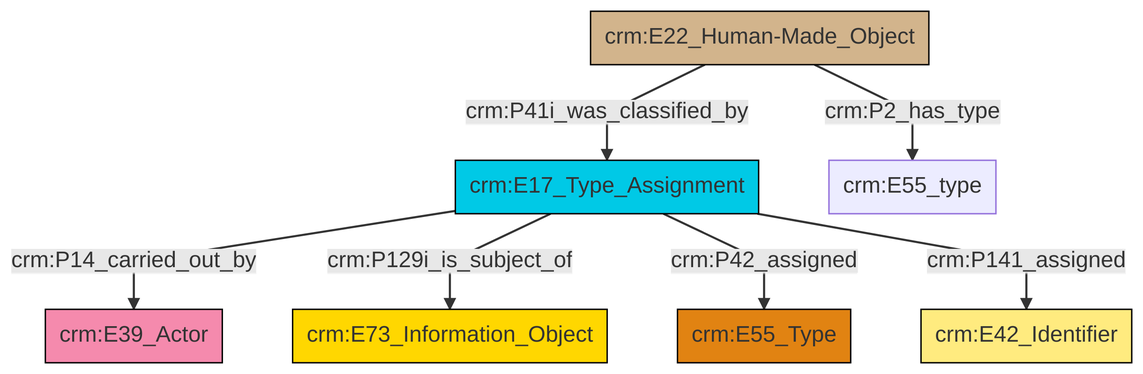
Before: et/builtWorkCSV/ttl/mmd/png/Built_Work_designation_status.png, a diagram exported from Mermaid (swiss-art-research-net/reference-data-models). Its source is kept beside it as et/builtWorkCSV/ttl/mmd/Built_Work_designation_status.ttl.mmd.
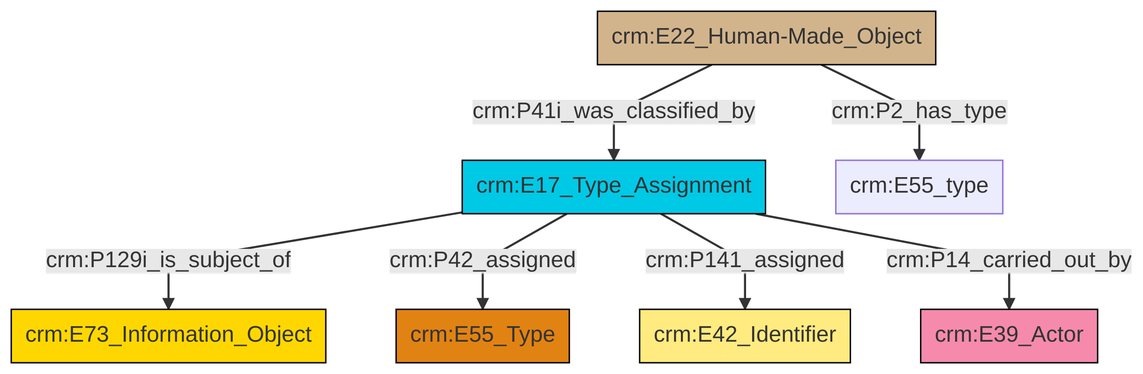
The same file after the commit.

Change to the diagram source:
```diff
@@ -13,9 +13,9 @@
 classDef PC_Classes fill:#4ce600, stroke:#000000;
 classDef Multi fill:#cccccc,stroke:#000000;
 
-2["crm:E17_Type_Assignment"]:::Temporal_Entity -->|crm:P14_carried_out_by| 0["crm:E39_Actor"]:::Actor
-2["crm:E17_Type_Assignment"]:::Temporal_Entity -->|crm:P129i_is_subject_of| 4["crm:E73_Information_Object"]:::Conceptual_Object
-2["crm:E17_Type_Assignment"]:::Temporal_Entity -->|crm:P42_assigned| 5["crm:E55_Type"]:::Type
-8["crm:E22_Human-Made_Object"]:::Physical_Thing -->|crm:P41i_was_classified_by| 2["crm:E17_Type_Assignment"]:::Temporal_Entity
-2["crm:E17_Type_Assignment"]:::Temporal_Entity -->|crm:P141_assigned| 10["crm:E42_Identifier"]:::Appellation
-8["crm:E22_Human-Made_Object"]:::Physical_Thing -->|crm:P2_has_type| 12["crm:E55_type"]:::Default
+2["crm:E17_Type_Assignment"]:::Temporal_Entity -->|crm:P129i_is_subject_of| 3["crm:E73_Information_Object"]:::Conceptual_Object
+4["crm:E22_Human-Made_Object"]:::Physical_Thing -->|crm:P41i_was_classified_by| 2["crm:E17_Type_Assignment"]:::Temporal_Entity
+2["crm:E17_Type_Assignment"]:::Temporal_Entity -->|crm:P42_assigned| 8["crm:E55_Type"]:::Type
+2["crm:E17_Type_Assignment"]:::Temporal_Entity -->|crm:P141_assigned| 0["crm:E42_Identifier"]:::Appellation
+2["crm:E17_Type_Assignment"]:::Temporal_Entity -->|crm:P14_carried_out_by| 13["crm:E39_Actor"]:::Actor
+4["crm:E22_Human-Made_Object"]:::Physical_Thing -->|crm:P2_has_type| 10["crm:E55_type"]:::Default
```
